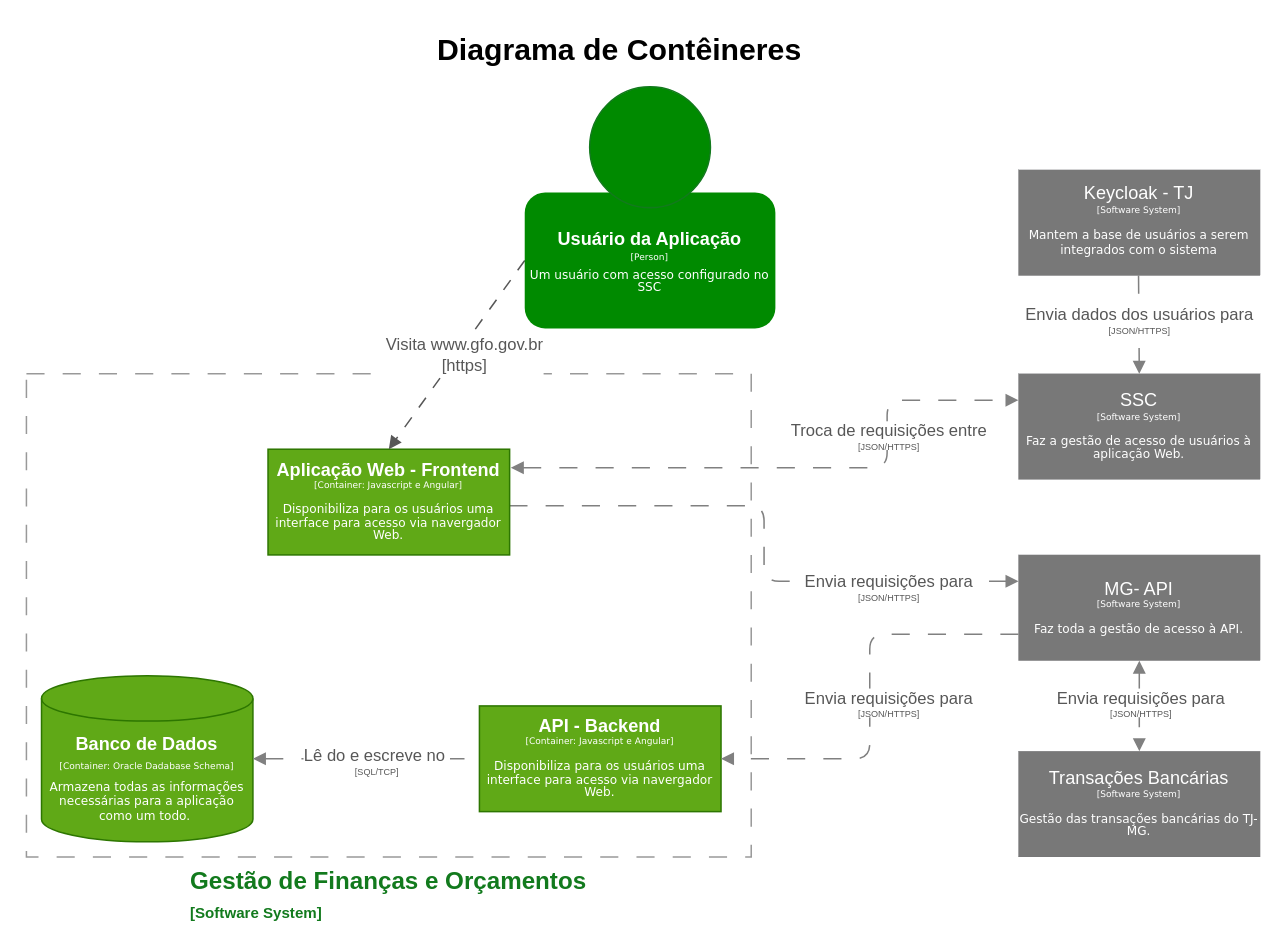
Above: drawio/Diagrama Containers v1.drawio in vitorecdias/drawio (draw.io), before the change. Source tidied: cells renumbered, new cells numbered last; positions are measured from the earlier drawing's top-left corner, leaving out a move shared by most shapes. Both pictures are drawn from the tidied source at 151%, with x=0, y=0 at pixel (26, 26).
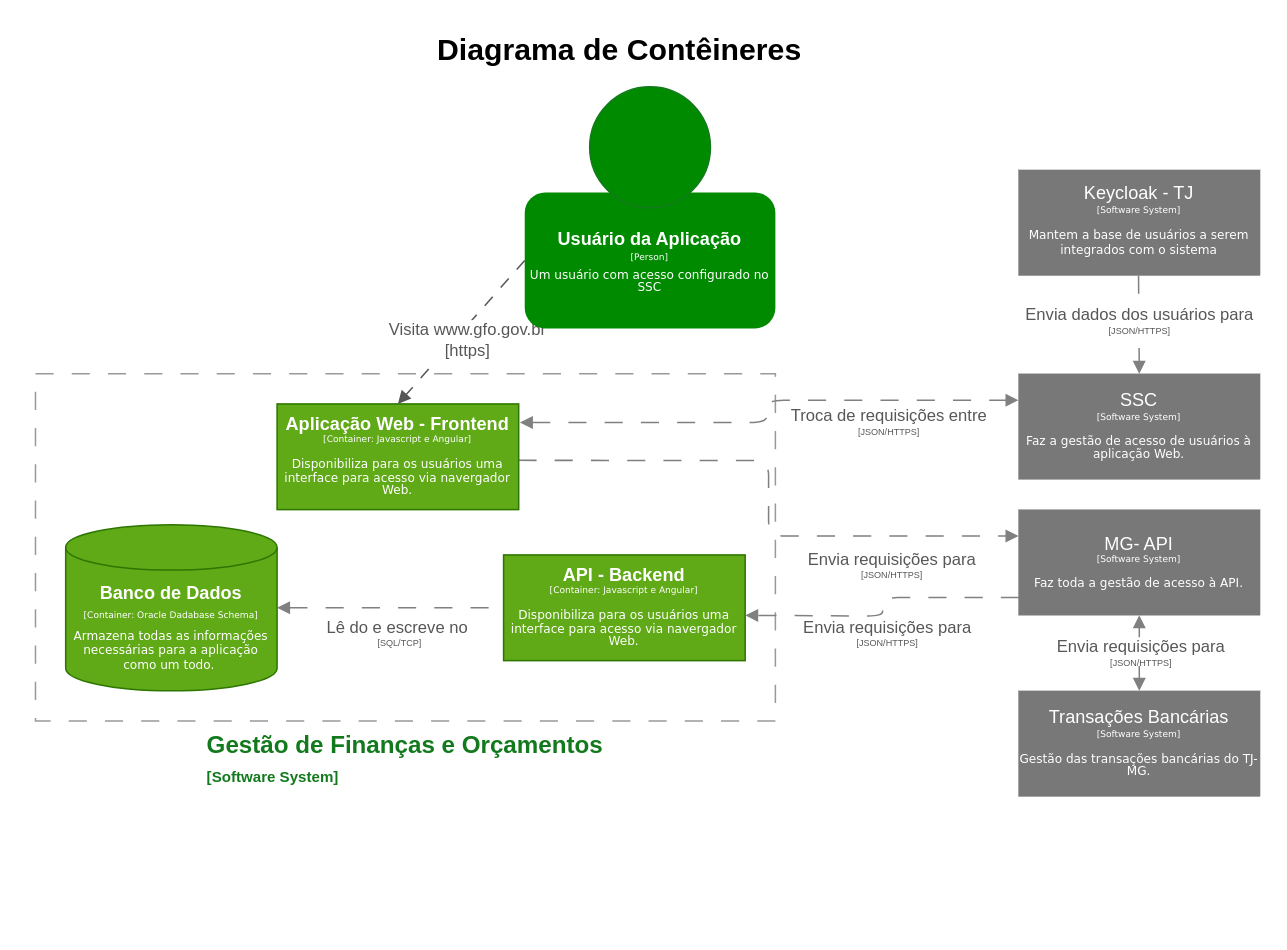
The same diagram, later.

Unchanged cells that the change refers to:
```xml
<mxCell id="4" style="edgeStyle=orthogonalEdgeStyle;rounded=1;jettySize=auto;html=1;curved=0;strokeColor=light-dark(#808080, #ededed);dashed=1;dashPattern=12 12;entryX=0;entryY=0.25;entryDx=0;entryDy=0;endArrow=block;endFill=1;exitX=0.999;exitY=0.534;exitDx=0;exitDy=0;exitPerimeter=0;" parent="1" edge="1" source="6" target="15">
  <mxGeometry relative="1" as="geometry" />
</mxCell>
<mxCell id="8" value="&lt;div style=&quot;line-height: 70%;&quot;&gt;SSC&lt;br&gt;&lt;div&gt;&lt;font style=&quot;font-size: 6px; line-height: 70%;&quot; face=&quot;Verdana&quot;&gt;[Software System]&lt;/font&gt;&lt;/div&gt;&lt;div&gt;&lt;font style=&quot;font-size: 6px; line-height: 70%;&quot; face=&quot;Verdana&quot;&gt;&lt;br&gt;&lt;/font&gt;&lt;/div&gt;&lt;div&gt;&lt;font style=&quot;line-height: 70%; font-size: 8px;&quot; face=&quot;Verdana&quot;&gt;Faz a gestão de acesso de usuários à aplicação Web.&lt;/font&gt;&lt;/div&gt;&lt;/div&gt;" style="rounded=0;whiteSpace=wrap;html=1;fillColor=light-dark(#787878, #515151);strokeColor=#36393d;fontColor=#FFFFFF;strokeWidth=0;" parent="1" vertex="1">
  <mxGeometry x="657" y="230" width="160" height="70" as="geometry" />
</mxCell>
<mxCell id="21" style="edgeStyle=orthogonalEdgeStyle;rounded=1;jettySize=auto;html=1;curved=0;strokeColor=light-dark(#808080, #ededed);dashed=1;dashPattern=12 12;entryX=0;entryY=0.5;entryDx=0;entryDy=0;exitX=1;exitY=0.5;exitDx=0;exitDy=0;endArrow=none;endFill=1;startArrow=block;startFill=1;exitPerimeter=0;" parent="1" edge="1" source="14" target="7">
  <mxGeometry relative="1" as="geometry" />
</mxCell>
```

The edit, as a diff of the source:
```diff
@@
     <mxCell id="3" value="&lt;font style=&quot;color: rgb(18, 122, 29);&quot;&gt;Gestão de Finanças e Orçamentos&lt;br&gt;&lt;/font&gt;&lt;div style=&quot;text-align: left;&quot;&gt;&lt;span style=&quot;font-size: 10px; background-color: transparent;&quot;&gt;&lt;font style=&quot;color: rgb(18, 122, 29);&quot;&gt;[Software System]&lt;/font&gt;&lt;/span&gt;&lt;/div&gt;" style="rounded=0;whiteSpace=wrap;html=1;imageVerticalAlign=middle;labelPosition=center;verticalLabelPosition=bottom;align=center;verticalAlign=top;fontSize=16;fontStyle=1;fillColor=none;dashed=1;dashPattern=12 12;strokeColor=#999999;" parent="1" vertex="1">
-      <mxGeometry y="230" width="480" height="320" as="geometry" />
+      <mxGeometry x="6" y="230" width="490" height="230" as="geometry" />
     </mxCell>
@@
     <mxCell id="5" value="&lt;font style=&quot;color: rgb(87, 87, 87); line-height: 50%;&quot;&gt;Envia requisições para&lt;/font&gt;&lt;div style=&quot;line-height: 50%;&quot;&gt;&lt;font style=&quot;font-size: 6px; color: rgb(87, 87, 87); line-height: 50%;&quot;&gt;[JSON/HTTPS]&lt;/font&gt;&lt;/div&gt;" style="edgeLabel;html=1;align=center;verticalAlign=middle;" parent="4" vertex="1">
       <mxGeometry x="-0.14" relative="1" as="geometry">
-        <mxPoint x="84" y="53" as="offset" />
+        <mxPoint x="80" y="113" as="offset" />
       </mxGeometry>
     </mxCell>
     <mxCell id="6" value="&lt;div style=&quot;line-height: 70%;&quot;&gt;&lt;font&gt;&lt;b&gt;Aplicação Web - Frontend&lt;/b&gt;&lt;/font&gt;&lt;div&gt;&lt;font face=&quot;Verdana&quot; style=&quot;font-size: 6px; line-height: 70%;&quot;&gt;[Container: Javascript e Angular]&lt;/font&gt;&lt;/div&gt;&lt;div&gt;&lt;font face=&quot;Verdana&quot; style=&quot;font-size: 6px; line-height: 70%;&quot;&gt;&lt;br&gt;&lt;/font&gt;&lt;/div&gt;&lt;div&gt;&lt;font face=&quot;Verdana&quot; style=&quot;line-height: 70%; font-size: 8px;&quot;&gt;Disponibiliza para os usuários uma interface para acesso via navergador Web.&lt;/font&gt;&lt;/div&gt;&lt;/div&gt;" style="rounded=0;whiteSpace=wrap;html=1;fillColor=#60a917;fontColor=#ffffff;strokeColor=#2D7600;" parent="1" vertex="1">
-      <mxGeometry x="160" y="280" width="160" height="70" as="geometry" />
+      <mxGeometry x="166" y="250" width="160" height="70" as="geometry" />
     </mxCell>
     <mxCell id="7" value="&lt;div style=&quot;line-height: 70%;&quot;&gt;&lt;b&gt;API - Backend&lt;/b&gt;&lt;br&gt;&lt;div&gt;&lt;font face=&quot;Verdana&quot; style=&quot;font-size: 6px; line-height: 70%;&quot;&gt;[Container: Javascript e Angular]&lt;/font&gt;&lt;/div&gt;&lt;div&gt;&lt;font face=&quot;Verdana&quot; style=&quot;font-size: 6px; line-height: 70%;&quot;&gt;&lt;br&gt;&lt;/font&gt;&lt;/div&gt;&lt;div&gt;&lt;font face=&quot;Verdana&quot; style=&quot;line-height: 70%; font-size: 8px;&quot;&gt;Disponibiliza para os usuários uma interface para acesso via navergador Web.&lt;/font&gt;&lt;/div&gt;&lt;/div&gt;" style="rounded=0;whiteSpace=wrap;html=1;fillColor=#60a917;fontColor=#ffffff;strokeColor=#2D7600;" parent="1" vertex="1">
-      <mxGeometry x="300" y="450" width="160" height="70" as="geometry" />
+      <mxGeometry x="316" y="350" width="160" height="70" as="geometry" />
     </mxCell>
@@
     <mxCell id="14" value="&lt;font style=&quot;line-height: 80%;&quot; face=&quot;Helvetica&quot;&gt;&lt;b&gt;Banco de Dados&lt;/b&gt;&lt;/font&gt;&lt;div style=&quot;line-height: 80%;&quot;&gt;&lt;font style=&quot;font-size: 6px; line-height: 80%;&quot; face=&quot;Verdana&quot;&gt;[Container: Oracle Dadabase Schema]&lt;/font&gt;&lt;/div&gt;&lt;div style=&quot;line-height: 40%;&quot;&gt;&lt;font style=&quot;font-size: 6px; line-height: 40%;&quot; face=&quot;Verdana&quot;&gt;&lt;br&gt;&lt;/font&gt;&lt;/div&gt;&lt;div style=&quot;line-height: 80%;&quot;&gt;&lt;font face=&quot;Verdana&quot; style=&quot;font-size: 8px; line-height: 80%;&quot;&gt;Armazena todas as informações necessárias para a aplicação como um todo.&amp;nbsp;&lt;/font&gt;&lt;/div&gt;" style="shape=cylinder3;whiteSpace=wrap;html=1;boundedLbl=1;backgroundOutline=1;size=15;fontColor=#ffffff;fillColor=#60a917;strokeColor=#2D7600;" parent="1" vertex="1">
-      <mxGeometry x="10" y="430" width="140" height="110" as="geometry" />
+      <mxGeometry x="26" y="330" width="140" height="110" as="geometry" />
     </mxCell>
     <mxCell id="15" value="&lt;div style=&quot;line-height: 70%;&quot;&gt;&lt;div&gt;&lt;font style=&quot;line-height: 70%;&quot;&gt;MG- API&lt;/font&gt;&lt;/div&gt;&lt;div&gt;&lt;font style=&quot;font-size: 6px; line-height: 70%;&quot; face=&quot;Verdana&quot;&gt;[Software System]&lt;/font&gt;&lt;/div&gt;&lt;div&gt;&lt;font style=&quot;font-size: 6px; line-height: 70%;&quot; face=&quot;Verdana&quot;&gt;&lt;br&gt;&lt;/font&gt;&lt;/div&gt;&lt;div&gt;&lt;font style=&quot;line-height: 70%; font-size: 8px;&quot; face=&quot;Verdana&quot;&gt;Faz toda a gestão de acesso à API.&lt;/font&gt;&lt;/div&gt;&lt;/div&gt;" style="rounded=0;whiteSpace=wrap;html=1;fillColor=light-dark(#787878, #515151);strokeColor=#36393d;fontColor=#FFFFFF;strokeWidth=0;" parent="1" vertex="1">
-      <mxGeometry x="657" y="350" width="160" height="70" as="geometry" />
+      <mxGeometry x="657" y="320" width="160" height="70" as="geometry" />
     </mxCell>
     <mxCell id="16" value="&lt;div style=&quot;line-height: 70%;&quot;&gt;&lt;div&gt;&lt;font style=&quot;line-height: 70%;&quot;&gt;Transações Bancárias&lt;/font&gt;&lt;/div&gt;&lt;div&gt;&lt;font style=&quot;font-size: 6px; line-height: 70%;&quot; face=&quot;Verdana&quot;&gt;[Software System]&lt;/font&gt;&lt;/div&gt;&lt;div&gt;&lt;font style=&quot;font-size: 6px; line-height: 70%;&quot; face=&quot;Verdana&quot;&gt;&lt;br&gt;&lt;/font&gt;&lt;/div&gt;&lt;div&gt;&lt;font style=&quot;line-height: 70%; font-size: 8px;&quot; face=&quot;Verdana&quot;&gt;Gestão das transações bancárias do TJ-MG.&lt;/font&gt;&lt;/div&gt;&lt;/div&gt;" style="rounded=0;whiteSpace=wrap;html=1;fillColor=light-dark(#787878, #515151);strokeColor=#36393d;fontColor=#FFFFFF;strokeWidth=0;" parent="1" vertex="1">
-      <mxGeometry x="657" y="480" width="160" height="70" as="geometry" />
+      <mxGeometry x="657" y="440" width="160" height="70" as="geometry" />
     </mxCell>
-    <mxCell id="17" style="edgeStyle=orthogonalEdgeStyle;rounded=1;jettySize=auto;html=1;curved=0;strokeColor=light-dark(#808080, #ededed);dashed=1;dashPattern=12 12;entryX=1;entryY=0.5;entryDx=0;entryDy=0;exitX=0;exitY=0.75;exitDx=0;exitDy=0;endArrow=block;endFill=1;" parent="1" edge="1" source="15" target="7">
-      <mxGeometry relative="1" as="geometry" />
+    <mxCell id="17" style="edgeStyle=orthogonalEdgeStyle;rounded=1;jettySize=auto;html=1;curved=0;strokeColor=light-dark(#808080, #ededed);dashed=1;dashPattern=12 12;entryX=1;entryY=0.5;entryDx=0;entryDy=0;exitX=0.002;exitY=0.832;exitDx=0;exitDy=0;endArrow=block;endFill=1;exitPerimeter=0;" parent="1" edge="1" source="15">
+      <mxGeometry relative="1" as="geometry">
+        <mxPoint x="476" y="390" as="targetPoint" />
+      </mxGeometry>
     </mxCell>
     <mxCell id="18" value="&lt;font style=&quot;color: rgb(87, 87, 87); line-height: 50%;&quot;&gt;Envia requisições para&lt;/font&gt;&lt;div style=&quot;line-height: 50%;&quot;&gt;&lt;font style=&quot;font-size: 6px; color: rgb(87, 87, 87); line-height: 50%;&quot;&gt;[JSON/HTTPS]&lt;/font&gt;&lt;/div&gt;" style="edgeLabel;html=1;align=center;verticalAlign=middle;" parent="17" vertex="1">
       <mxGeometry x="-0.14" relative="1" as="geometry">
-        <mxPoint x="12" y="23" as="offset" />
+        <mxPoint x="-2" y="-23" as="offset" />
       </mxGeometry>
     </mxCell>
@@
     <mxCell id="22" value="&lt;font style=&quot;color: rgb(87, 87, 87); line-height: 50%;&quot;&gt;Lê do e escreve no&amp;nbsp;&lt;/font&gt;&lt;div style=&quot;line-height: 50%;&quot;&gt;&lt;font style=&quot;font-size: 6px; color: rgb(87, 87, 87); line-height: 50%;&quot;&gt;[SQL/TCP]&lt;/font&gt;&lt;/div&gt;" style="edgeLabel;html=1;align=center;verticalAlign=middle;" parent="21" vertex="1">
       <mxGeometry x="-0.14" relative="1" as="geometry">
-        <mxPoint x="16" as="offset" />
+        <mxPoint x="15" y="15" as="offset" />
       </mxGeometry>
     </mxCell>
     <mxCell id="23" style="edgeStyle=orthogonalEdgeStyle;rounded=1;jettySize=auto;html=1;curved=0;strokeColor=light-dark(#808080, #ededed);dashed=1;dashPattern=12 12;entryX=0;entryY=0.25;entryDx=0;entryDy=0;exitX=1.005;exitY=0.175;exitDx=0;exitDy=0;endArrow=block;endFill=1;startArrow=block;startFill=1;exitPerimeter=0;" parent="1" edge="1" source="6" target="8">
-      <mxGeometry relative="1" as="geometry">
-        <Array as="points">
-          <mxPoint x="570" y="292" />
-          <mxPoint x="570" y="248" />
-        </Array>
-      </mxGeometry>
+      <mxGeometry relative="1" as="geometry" />
     </mxCell>
     <mxCell id="24" value="&lt;font style=&quot;color: rgb(87, 87, 87); line-height: 50%;&quot;&gt;Troca de requisições entre&lt;/font&gt;&lt;div style=&quot;line-height: 50%;&quot;&gt;&lt;font style=&quot;font-size: 6px; color: rgb(87, 87, 87); line-height: 50%;&quot;&gt;[JSON/HTTPS]&lt;/font&gt;&lt;/div&gt;" style="edgeLabel;html=1;align=center;verticalAlign=middle;" parent="23" vertex="1">
       <mxGeometry x="-0.14" relative="1" as="geometry">
-        <mxPoint x="86" y="-22" as="offset" />
+        <mxPoint x="96" y="-2" as="offset" />
       </mxGeometry>
     </mxCell>
```
